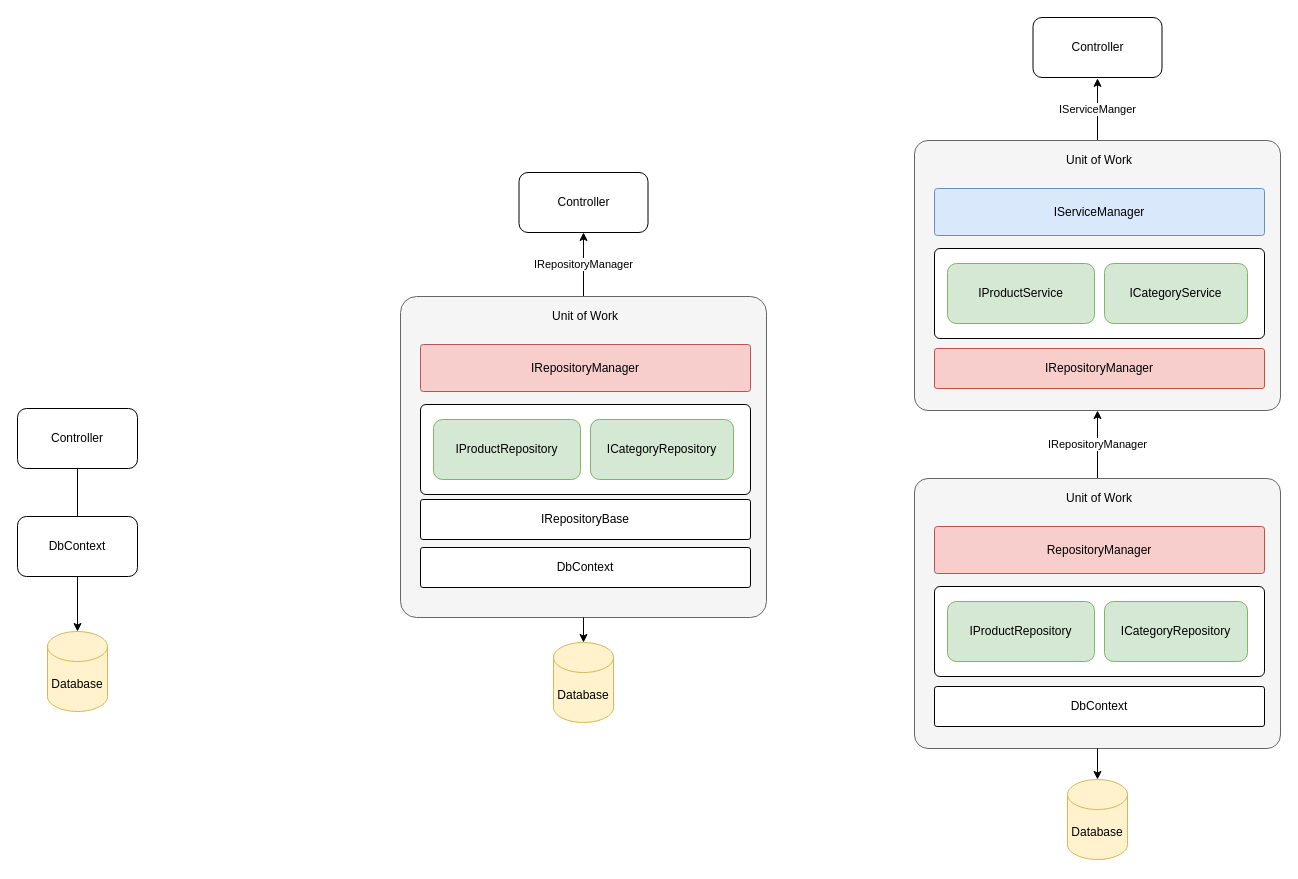
zcomert/btk-akademi-aspnet-core-mvc-egitimi keeps this draw.io diagram as page "Repository" (6 of 6) of Drawings.drawio. Above is the earlier version. Source tidied: cells renumbered, new cells numbered last; positions are measured from the earlier drawing's top-left corner, leaving out a move shared by most shapes. Both pictures are drawn from the tidied source at 100%, with x=0, y=0 at pixel (17, 17).
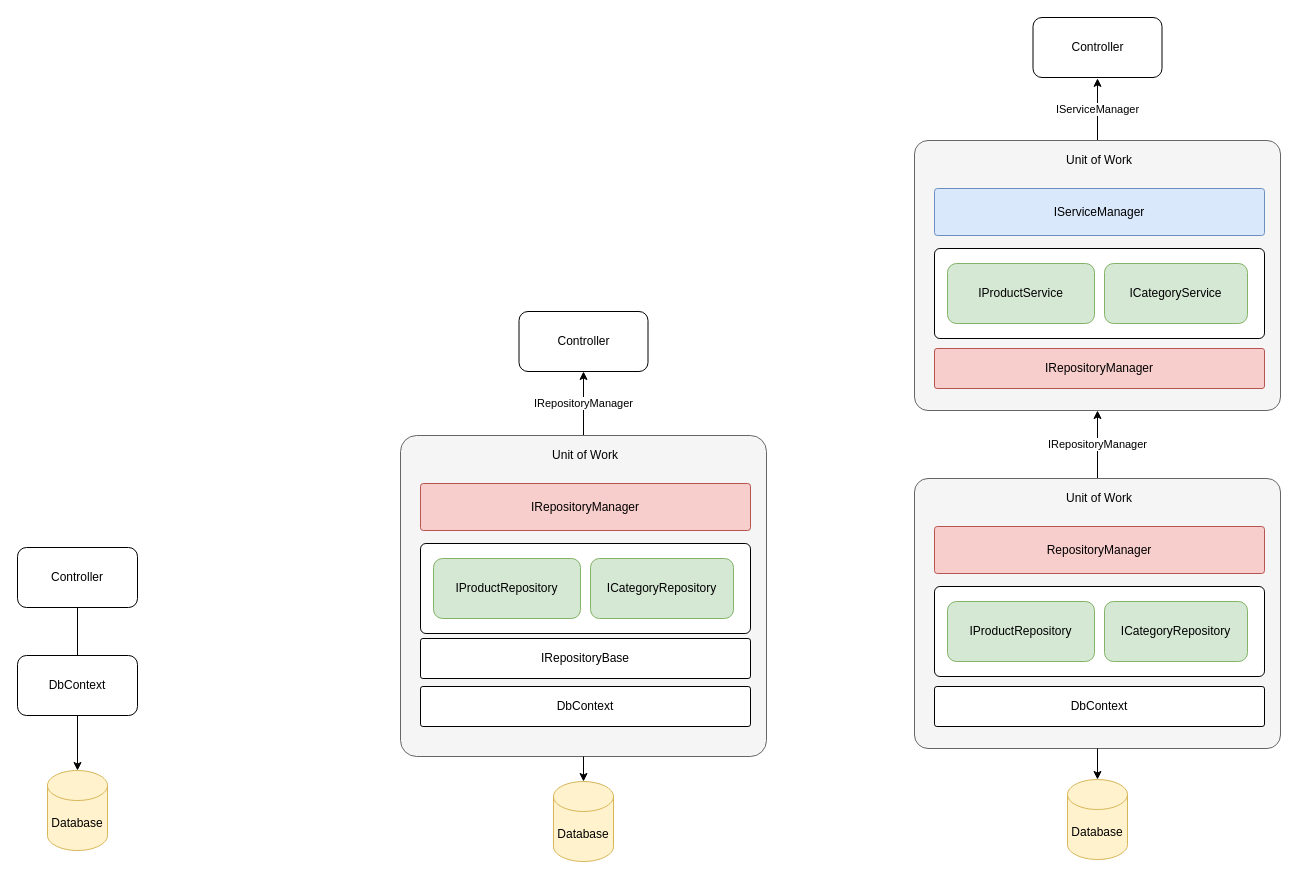
The same diagram, later.

The change refers to these unchanged cells:
```xml
<mxCell id="22" value="Controller" style="rounded=1;whiteSpace=wrap;html=1;" parent="1" vertex="1">
  <mxGeometry x="1015.5" width="129" height="60" as="geometry" />
</mxCell>
<mxCell id="30" style="rounded=1;whiteSpace=wrap;html=1;fillColor=#f5f5f5;strokeColor=#666666;fontColor=#333333;arcSize=5;" parent="1" vertex="1">
  <mxGeometry x="897" y="123" width="366" height="270" as="geometry" />
</mxCell>
```

Change to the diagram source:
```diff
@@
     <mxCell id="3" value="Controller" style="rounded=1;whiteSpace=wrap;html=1;" parent="1" vertex="1">
-      <mxGeometry y="391" width="120" height="60" as="geometry" />
+      <mxGeometry y="530" width="120" height="60" as="geometry" />
     </mxCell>
     <mxCell id="4" value="Database" style="shape=cylinder3;whiteSpace=wrap;html=1;boundedLbl=1;backgroundOutline=1;size=15;fillColor=#fff2cc;strokeColor=#d6b656;" parent="1" vertex="1">
-      <mxGeometry x="30" y="614" width="60" height="80" as="geometry" />
+      <mxGeometry x="30" y="753" width="60" height="80" as="geometry" />
     </mxCell>
     <mxCell id="5" value="DbContext" style="rounded=1;whiteSpace=wrap;html=1;" parent="1" vertex="1">
-      <mxGeometry y="499" width="120" height="60" as="geometry" />
+      <mxGeometry y="638" width="120" height="60" as="geometry" />
     </mxCell>
@@
     <mxCell id="7" style="rounded=1;whiteSpace=wrap;html=1;fillColor=#f5f5f5;strokeColor=#666666;fontColor=#333333;arcSize=5;" parent="1" vertex="1">
-      <mxGeometry x="383" y="279" width="366" height="321" as="geometry" />
+      <mxGeometry x="383" y="418" width="366" height="321" as="geometry" />
     </mxCell>
     <mxCell id="8" style="rounded=1;whiteSpace=wrap;html=1;arcSize=6;" parent="1" vertex="1">
-      <mxGeometry x="403" y="387" width="330" height="90" as="geometry" />
+      <mxGeometry x="403" y="526" width="330" height="90" as="geometry" />
     </mxCell>
@@
     <mxCell id="10" value="Controller" style="rounded=1;whiteSpace=wrap;html=1;" parent="1" vertex="1">
-      <mxGeometry x="501.5" y="155" width="129" height="60" as="geometry" />
+      <mxGeometry x="501.5" y="294" width="129" height="60" as="geometry" />
     </mxCell>
     <mxCell id="11" value="Database" style="shape=cylinder3;whiteSpace=wrap;html=1;boundedLbl=1;backgroundOutline=1;size=15;fillColor=#fff2cc;strokeColor=#d6b656;" parent="1" vertex="1">
-      <mxGeometry x="536" y="625" width="60" height="80" as="geometry" />
+      <mxGeometry x="536" y="764" width="60" height="80" as="geometry" />
     </mxCell>
     <mxCell id="12" value="IProductRepository" style="rounded=1;whiteSpace=wrap;html=1;fillColor=#d5e8d4;strokeColor=#82b366;" parent="1" vertex="1">
-      <mxGeometry x="416" y="402" width="147" height="60" as="geometry" />
+      <mxGeometry x="416" y="541" width="147" height="60" as="geometry" />
     </mxCell>
     <mxCell id="13" value="ICategoryRepository" style="rounded=1;whiteSpace=wrap;html=1;fillColor=#d5e8d4;strokeColor=#82b366;" parent="1" vertex="1">
-      <mxGeometry x="573" y="402" width="143" height="60" as="geometry" />
+      <mxGeometry x="573" y="541" width="143" height="60" as="geometry" />
     </mxCell>
     <mxCell id="14" value="Unit of Work" style="text;html=1;strokeColor=none;fillColor=none;align=center;verticalAlign=middle;whiteSpace=wrap;rounded=0;" parent="1" vertex="1">
-      <mxGeometry x="403" y="289" width="330" height="20" as="geometry" />
+      <mxGeometry x="403" y="428" width="330" height="20" as="geometry" />
     </mxCell>
     <mxCell id="15" value="DbContext" style="rounded=1;whiteSpace=wrap;html=1;arcSize=6;" parent="1" vertex="1">
-      <mxGeometry x="403" y="530" width="330" height="40" as="geometry" />
+      <mxGeometry x="403" y="669" width="330" height="40" as="geometry" />
     </mxCell>
     <mxCell id="16" value="IRepositoryManager" style="rounded=1;whiteSpace=wrap;html=1;arcSize=6;fillColor=#f8cecc;strokeColor=#b85450;" parent="1" vertex="1">
-      <mxGeometry x="403" y="327" width="330" height="47" as="geometry" />
+      <mxGeometry x="403" y="466" width="330" height="47" as="geometry" />
     </mxCell>
     <mxCell id="17" value="IRepositoryBase" style="rounded=1;whiteSpace=wrap;html=1;arcSize=6;" parent="1" vertex="1">
-      <mxGeometry x="403" y="482" width="330" height="40" as="geometry" />
+      <mxGeometry x="403" y="621" width="330" height="40" as="geometry" />
     </mxCell>
@@
-    <mxCell id="29" value="IServiceManger" style="edgeStyle=orthogonalEdgeStyle;rounded=0;jettySize=auto;html=1;entryX=0.5;entryY=1.014;entryDx=0;entryDy=0;entryPerimeter=0;" parent="1" edge="1" source="30" target="22">
+    <mxCell id="29" value="IServiceManager" style="edgeStyle=orthogonalEdgeStyle;rounded=0;jettySize=auto;html=1;entryX=0.5;entryY=1.014;entryDx=0;entryDy=0;entryPerimeter=0;" parent="1" edge="1" source="30" target="22">
       <mxGeometry relative="1" as="geometry" />
     </mxCell>
```
